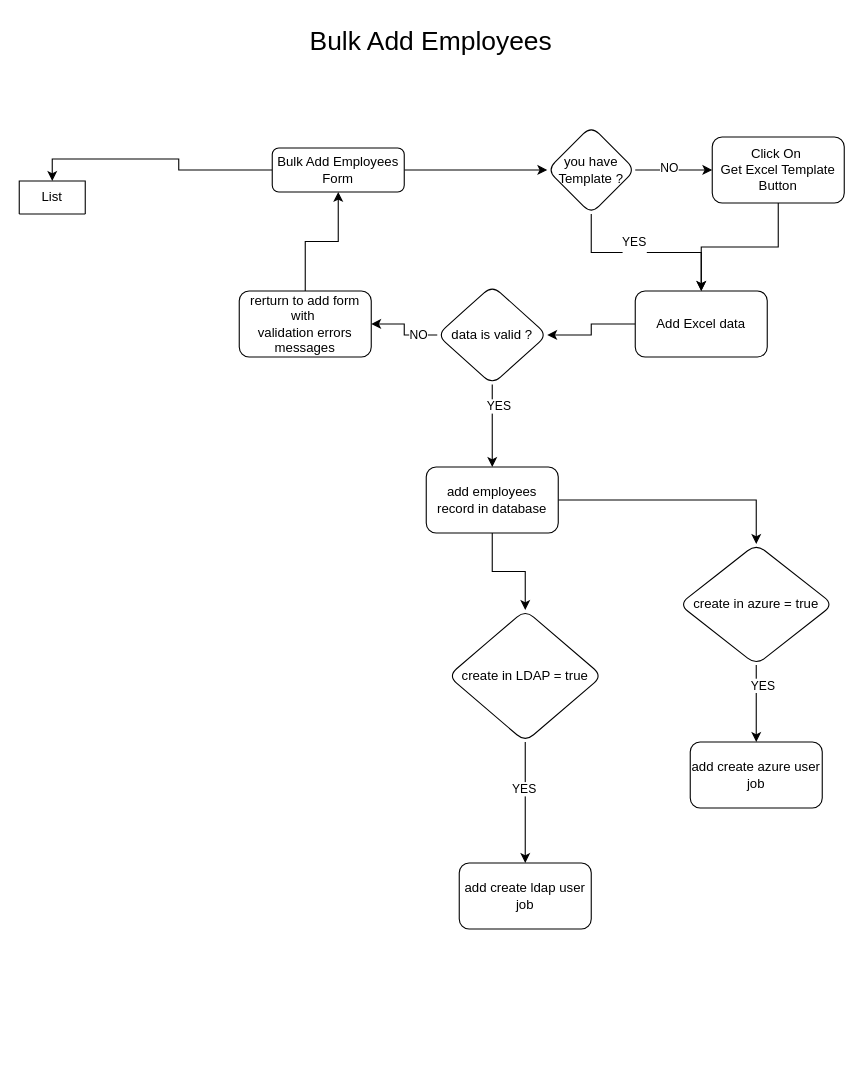
bhry98/diagrams keeps this draw.io diagram as Valleysoft/Workflows/center_employees.drawio. Above is the earlier version. Source tidied: cells renumbered, new cells numbered last; positions are measured from the earlier drawing's top-left corner, leaving out a move shared by most shapes. Both pictures are drawn from the tidied source at 110%, with x=0, y=0 at pixel (19, 19).
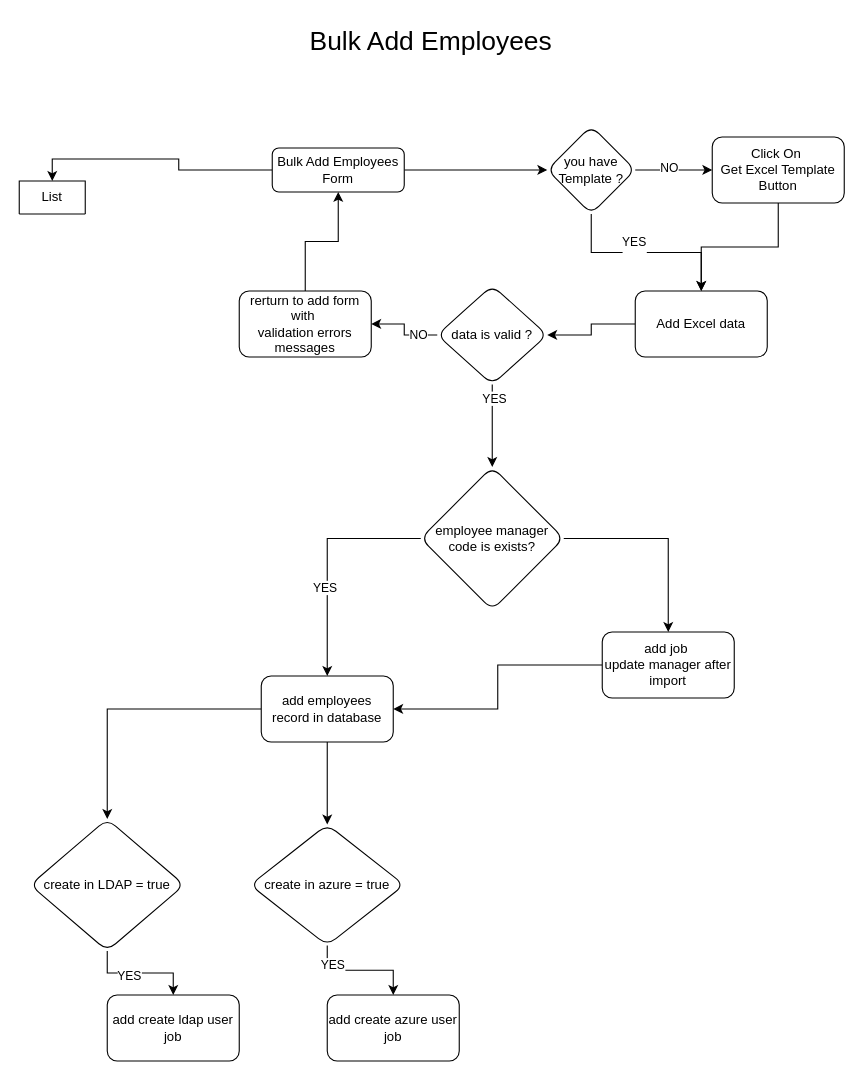
Above is the later version.

The change refers to these unchanged cells:
```xml
<mxCell id="19" value="data is valid ?" style="rhombus;whiteSpace=wrap;html=1;rounded=1;glass=0;strokeWidth=1;shadow=0;" parent="1" vertex="1">
  <mxGeometry x="380" y="242" width="100" height="90" as="geometry" />
</mxCell>
```

What changed in the source:
```diff
@@
-    <mxCell id="17" style="edgeStyle=orthogonalEdgeStyle;rounded=0;jettySize=auto;html=1;shadow=0;strokeColor=default;align=center;verticalAlign=middle;fontFamily=Helvetica;fontSize=11;fontColor=default;labelBackgroundColor=default;endArrow=classic;flowAnimation=1;" parent="1" edge="1" source="19" target="25">
-      <mxGeometry relative="1" as="geometry" />
-    </mxCell>
-    <mxCell id="18" value="YES" style="edgeLabel;html=1;align=center;verticalAlign=middle;fontFamily=Helvetica;fontSize=11;fontColor=default;labelBackgroundColor=default;" parent="17" vertex="1">
-      <mxGeometry x="-0.49" y="5" relative="1" as="geometry" />
-    </mxCell>
+    <mxCell id="34" style="edgeStyle=orthogonalEdgeStyle;rounded=0;jettySize=auto;html=1;flowAnimation=1;" parent="1" edge="1" source="19" target="39">
+      <mxGeometry relative="1" as="geometry" />
+    </mxCell>
+    <mxCell id="35" value="YES" style="edgeLabel;html=1;align=center;verticalAlign=middle;fontFamily=Helvetica;fontSize=11;fontColor=default;labelBackgroundColor=default;" parent="34" vertex="1">
+      <mxGeometry x="-0.68" y="1" relative="1" as="geometry" />
+    </mxCell>
@@
     <mxCell id="25" value="add employees record in database" style="whiteSpace=wrap;html=1;rounded=1;glass=0;strokeWidth=1;shadow=0;" parent="1" vertex="1">
-      <mxGeometry x="370" y="407" width="120" height="60" as="geometry" />
+      <mxGeometry x="220" y="597" width="120" height="60" as="geometry" />
     </mxCell>
@@
     <mxCell id="28" value="create in azure = true" style="rhombus;whiteSpace=wrap;html=1;rounded=1;glass=0;strokeWidth=1;shadow=0;" parent="1" vertex="1">
-      <mxGeometry x="600" y="477" width="140" height="110" as="geometry" />
+      <mxGeometry x="210" y="732" width="140" height="110" as="geometry" />
     </mxCell>
     <mxCell id="29" value="add create azure user job" style="whiteSpace=wrap;html=1;rounded=1;glass=0;strokeWidth=1;shadow=0;" parent="1" vertex="1">
-      <mxGeometry x="610" y="657" width="120" height="60" as="geometry" />
+      <mxGeometry x="280" y="887" width="120" height="60" as="geometry" />
     </mxCell>
@@
     <mxCell id="32" value="create in LDAP = true" style="rhombus;whiteSpace=wrap;html=1;rounded=1;glass=0;strokeWidth=1;shadow=0;" parent="1" vertex="1">
-      <mxGeometry x="390" y="537" width="140" height="120" as="geometry" />
+      <mxGeometry x="10" y="727" width="140" height="120" as="geometry" />
     </mxCell>
     <mxCell id="33" value="add create ldap user job" style="whiteSpace=wrap;html=1;rounded=1;glass=0;strokeWidth=1;shadow=0;" parent="1" vertex="1">
-      <mxGeometry x="400" y="767" width="120" height="60" as="geometry" />
+      <mxGeometry x="80" y="887" width="120" height="60" as="geometry" />
     </mxCell>
+    <mxCell id="36" style="edgeStyle=orthogonalEdgeStyle;rounded=0;jettySize=auto;html=1;strokeColor=default;align=center;verticalAlign=middle;fontFamily=Helvetica;fontSize=11;fontColor=default;labelBackgroundColor=default;endArrow=classic;flowAnimation=1;" parent="1" edge="1" source="39" target="25">
+      <mxGeometry relative="1" as="geometry" />
+    </mxCell>
+    <mxCell id="37" value="YES" style="edgeLabel;html=1;align=center;verticalAlign=middle;fontFamily=Helvetica;fontSize=11;fontColor=default;labelBackgroundColor=default;" parent="36" vertex="1">
+      <mxGeometry x="0.23" y="-3" relative="1" as="geometry" />
+    </mxCell>
+    <mxCell id="38" style="edgeStyle=orthogonalEdgeStyle;rounded=0;jettySize=auto;html=1;strokeColor=default;align=center;verticalAlign=middle;fontFamily=Helvetica;fontSize=11;fontColor=default;labelBackgroundColor=default;endArrow=classic;flowAnimation=1;" parent="1" edge="1" source="39" target="41">
+      <mxGeometry relative="1" as="geometry" />
+    </mxCell>
+    <mxCell id="39" value="employee manager code is exists?" style="rhombus;whiteSpace=wrap;html=1;rounded=1;glass=0;strokeWidth=1;shadow=0;" parent="1" vertex="1">
+      <mxGeometry x="365" y="407" width="130" height="130" as="geometry" />
+    </mxCell>
+    <mxCell id="40" style="edgeStyle=orthogonalEdgeStyle;rounded=0;jettySize=auto;html=1;strokeColor=default;align=center;verticalAlign=middle;fontFamily=Helvetica;fontSize=11;fontColor=default;labelBackgroundColor=default;endArrow=classic;flowAnimation=1;" parent="1" edge="1" source="41" target="25">
+      <mxGeometry relative="1" as="geometry" />
+    </mxCell>
+    <mxCell id="41" value="add job&amp;nbsp;&lt;br&gt;update manager after import" style="whiteSpace=wrap;html=1;rounded=1;glass=0;strokeWidth=1;shadow=0;" parent="1" vertex="1">
+      <mxGeometry x="530" y="557" width="120" height="60" as="geometry" />
+    </mxCell>
```
